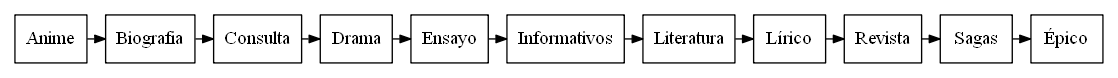
The Graphviz diagram Graphics/InOrder.png in Guillermo-O-C/EDD_1S20200_PY2_201801366, before a commit. Its source is kept beside it as TextFiles/InOrder.dot.
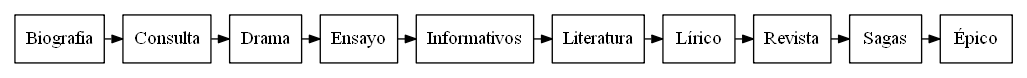
After the commit.

Change to the diagram source:
```diff
@@ -4,5 +4,5 @@
  margin=0.1;
    node [shape=box];
   edge [arrowsize=0.8]
-"Anime"->"Biografia"->"Consulta"->"Drama"->"Ensayo"->"Informativos"->"Literatura"->"Lírico"->"Revista"->"Sagas"->"Épico";
+"Biografia"->"Consulta"->"Drama"->"Ensayo"->"Informativos"->"Literatura"->"Lírico"->"Revista"->"Sagas"->"Épico";
 }
```
